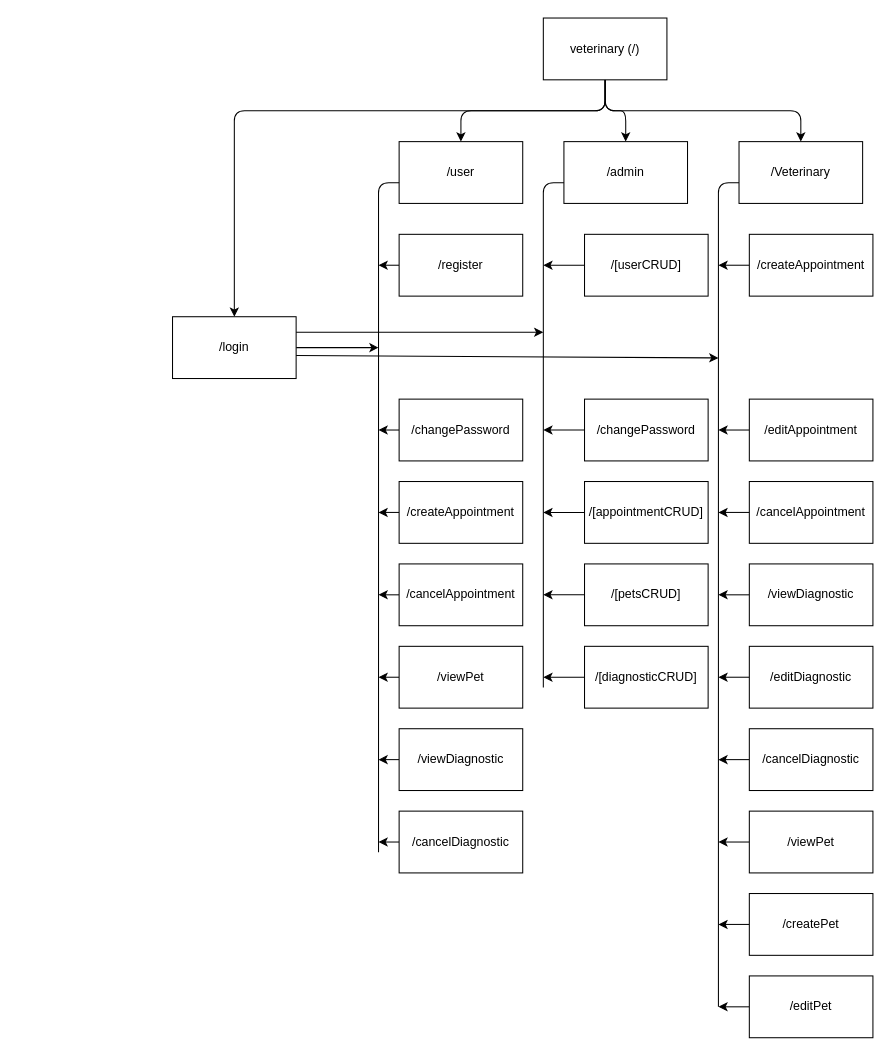
Earlier version of the draw.io diagram diagrams/NAV.drawio (fernandoach/API-VETERINARY). Source tidied: cells renumbered, new cells numbered last; positions are measured from the earlier drawing's top-left corner, leaving out a move shared by most shapes. Both pictures are drawn from the tidied source at 103%, with x=0, y=0 at pixel (172, 18).
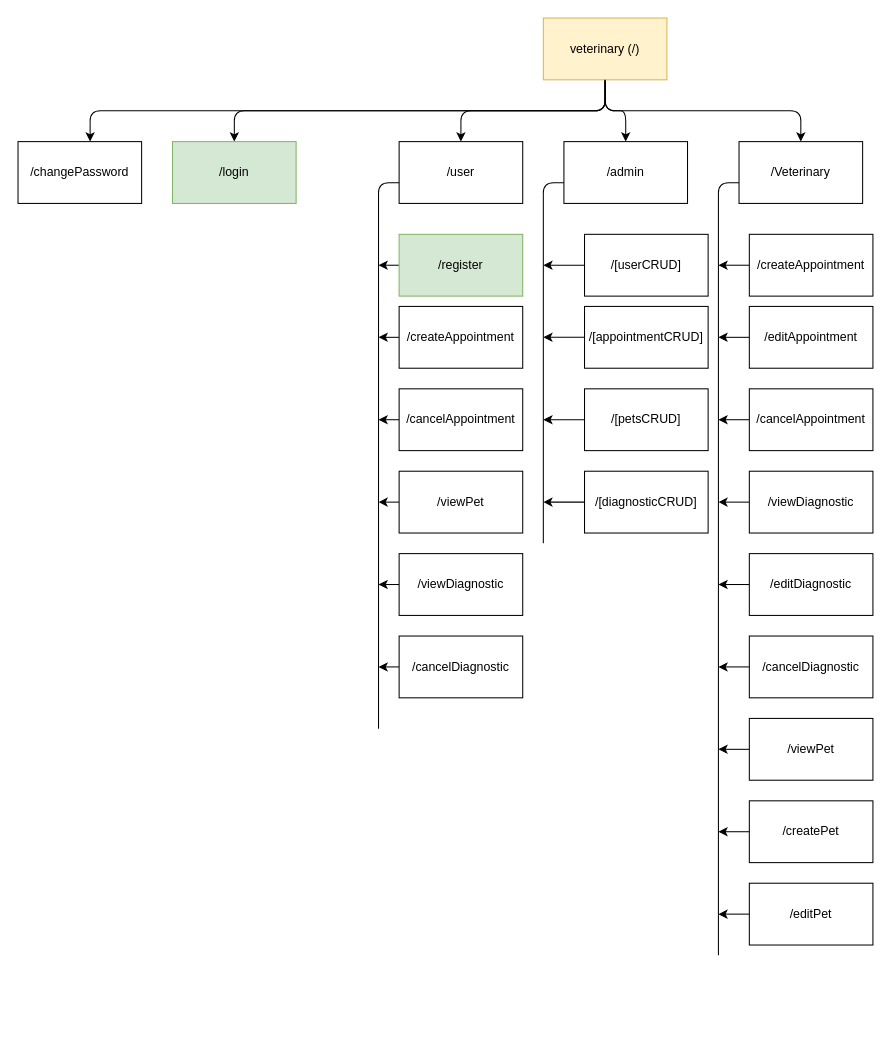
After the change.

Change to the diagram source:
```diff
@@
-    <mxCell id="6" value="veterinary (/)" style="rounded=0;whiteSpace=wrap;html=1;" parent="1" vertex="1">
+    <mxCell id="6" value="veterinary (/)" style="rounded=0;whiteSpace=wrap;html=1;fillColor=#fff2cc;strokeColor=#d6b656;" parent="1" vertex="1">
       <mxGeometry x="360" width="120" height="60" as="geometry" />
     </mxCell>
@@
-    <mxCell id="11" value="/register" style="rounded=0;whiteSpace=wrap;html=1;" parent="1" vertex="1">
+    <mxCell id="11" value="/register" style="rounded=0;whiteSpace=wrap;html=1;fillColor=#d5e8d4;strokeColor=#82b366;" parent="1" vertex="1">
       <mxGeometry x="220" y="210" width="120" height="60" as="geometry" />
     </mxCell>
-    <mxCell id="12" style="edgeStyle=none;html=1;" parent="1" edge="1" source="13">
-      <mxGeometry relative="1" as="geometry">
-        <mxPoint x="200" y="400" as="targetPoint" />
-      </mxGeometry>
-    </mxCell>
-    <mxCell id="13" value="/changePassword" style="rounded=0;whiteSpace=wrap;html=1;" parent="1" vertex="1">
-      <mxGeometry x="220" y="370" width="120" height="60" as="geometry" />
-    </mxCell>
     <mxCell id="14" style="edgeStyle=none;html=1;" parent="1" edge="1" source="15">
       <mxGeometry relative="1" as="geometry">
-        <mxPoint x="200" y="480" as="targetPoint" />
+        <mxPoint x="200" y="310" as="targetPoint" />
       </mxGeometry>
     </mxCell>
     <mxCell id="15" value="/createAppointment" style="rounded=0;whiteSpace=wrap;html=1;" parent="1" vertex="1">
-      <mxGeometry x="220" y="450" width="120" height="60" as="geometry" />
+      <mxGeometry x="220" y="280" width="120" height="60" as="geometry" />
     </mxCell>
     <mxCell id="16" style="edgeStyle=none;html=1;" parent="1" edge="1" source="17">
       <mxGeometry relative="1" as="geometry">
-        <mxPoint x="200" y="720" as="targetPoint" />
+        <mxPoint x="200" y="550" as="targetPoint" />
       </mxGeometry>
     </mxCell>
     <mxCell id="17" value="/viewDiagnostic" style="rounded=0;whiteSpace=wrap;html=1;" parent="1" vertex="1">
-      <mxGeometry x="220" y="690" width="120" height="60" as="geometry" />
+      <mxGeometry x="220" y="520" width="120" height="60" as="geometry" />
     </mxCell>
@@
-    <mxCell id="20" style="edgeStyle=none;html=1;" parent="1" edge="1" source="23">
-      <mxGeometry relative="1" as="geometry">
-        <mxPoint x="200" y="320" as="targetPoint" />
-      </mxGeometry>
-    </mxCell>
-    <mxCell id="21" style="edgeStyle=none;html=1;exitX=0;exitY=0.25;exitDx=0;exitDy=0;" parent="1" edge="1" source="23">
-      <mxGeometry relative="1" as="geometry">
-        <mxPoint x="360" y="305" as="targetPoint" />
-      </mxGeometry>
-    </mxCell>
-    <mxCell id="22" style="edgeStyle=none;html=1;exitX=0.997;exitY=0.626;exitDx=0;exitDy=0;exitPerimeter=0;" parent="1" edge="1" source="23">
-      <mxGeometry relative="1" as="geometry">
-        <mxPoint x="530" y="330" as="targetPoint" />
-      </mxGeometry>
-    </mxCell>
-    <mxCell id="23" value="/login" style="rounded=0;whiteSpace=wrap;html=1;" parent="1" vertex="1">
-      <mxGeometry y="290" width="120" height="60" as="geometry" />
+    <mxCell id="23" value="/login" style="rounded=0;whiteSpace=wrap;html=1;fillColor=#d5e8d4;strokeColor=#82b366;" parent="1" vertex="1">
+      <mxGeometry y="120" width="120" height="60" as="geometry" />
     </mxCell>
-    <mxCell id="24" style="edgeStyle=none;html=1;" parent="1" edge="1" source="25">
-      <mxGeometry relative="1" as="geometry">
-        <mxPoint x="360" y="400" as="targetPoint" />
-      </mxGeometry>
-    </mxCell>
     <mxCell id="25" value="/changePassword" style="rounded=0;whiteSpace=wrap;html=1;" parent="1" vertex="1">
-      <mxGeometry x="400" y="370" width="120" height="60" as="geometry" />
+      <mxGeometry x="-150" y="120" width="120" height="60" as="geometry" />
     </mxCell>
     <mxCell id="26" style="edgeStyle=none;html=1;" parent="1" edge="1" source="27">
       <mxGeometry relative="1" as="geometry">
-        <mxPoint x="360" y="480" as="targetPoint" />
+        <mxPoint x="360" y="310" as="targetPoint" />
       </mxGeometry>
     </mxCell>
     <mxCell id="27" value="/[appointmentCRUD]" style="rounded=0;whiteSpace=wrap;html=1;" parent="1" vertex="1">
-      <mxGeometry x="400" y="450" width="120" height="60" as="geometry" />
+      <mxGeometry x="400" y="280" width="120" height="60" as="geometry" />
     </mxCell>
     <mxCell id="28" style="edgeStyle=none;html=1;" parent="1" edge="1" source="29">
       <mxGeometry relative="1" as="geometry">
-        <mxPoint x="360" y="560" as="targetPoint" />
+        <mxPoint x="360" y="390" as="targetPoint" />
       </mxGeometry>
     </mxCell>
     <mxCell id="29" value="/[petsCRUD]" style="rounded=0;whiteSpace=wrap;html=1;" parent="1" vertex="1">
-      <mxGeometry x="400" y="530" width="120" height="60" as="geometry" />
+      <mxGeometry x="400" y="360" width="120" height="60" as="geometry" />
     </mxCell>
     <mxCell id="30" style="edgeStyle=none;html=1;" parent="1" edge="1" source="31">
       <mxGeometry relative="1" as="geometry">
-        <mxPoint x="360" y="640" as="targetPoint" />
+        <mxPoint x="360" y="470" as="targetPoint" />
       </mxGeometry>
     </mxCell>
     <mxCell id="31" value="/[diagnosticCRUD]" style="rounded=0;whiteSpace=wrap;html=1;" parent="1" vertex="1">
-      <mxGeometry x="400" y="610" width="120" height="60" as="geometry" />
+      <mxGeometry x="400" y="440" width="120" height="60" as="geometry" />
     </mxCell>
@@
     <mxCell id="34" style="edgeStyle=none;html=1;" parent="1" edge="1" source="35">
       <mxGeometry relative="1" as="geometry">
-        <mxPoint x="530" y="560" as="targetPoint" />
+        <mxPoint x="530" y="470" as="targetPoint" />
       </mxGeometry>
     </mxCell>
     <mxCell id="35" value="/viewDiagnostic" style="rounded=0;whiteSpace=wrap;html=1;" parent="1" vertex="1">
-      <mxGeometry x="560" y="530" width="120" height="60" as="geometry" />
+      <mxGeometry x="560" y="440" width="120" height="60" as="geometry" />
     </mxCell>
     <mxCell id="36" style="edgeStyle=none;html=1;" parent="1" edge="1" source="37">
       <mxGeometry relative="1" as="geometry">
-        <mxPoint x="530" y="640" as="targetPoint" />
+        <mxPoint x="530" y="550" as="targetPoint" />
       </mxGeometry>
     </mxCell>
     <mxCell id="37" value="/editDiagnostic" style="rounded=0;whiteSpace=wrap;html=1;" parent="1" vertex="1">
-      <mxGeometry x="560" y="610" width="120" height="60" as="geometry" />
+      <mxGeometry x="560" y="520" width="120" height="60" as="geometry" />
     </mxCell>
     <mxCell id="38" style="edgeStyle=none;html=1;" parent="1" edge="1" source="39">
       <mxGeometry relative="1" as="geometry">
-        <mxPoint x="530" y="720" as="targetPoint" />
+        <mxPoint x="530" y="630" as="targetPoint" />
       </mxGeometry>
     </mxCell>
     <mxCell id="39" value="/cancelDiagnostic" style="rounded=0;whiteSpace=wrap;html=1;" parent="1" vertex="1">
-      <mxGeometry x="560" y="690" width="120" height="60" as="geometry" />
+      <mxGeometry x="560" y="600" width="120" height="60" as="geometry" />
     </mxCell>
     <mxCell id="40" style="edgeStyle=none;html=1;" parent="1" edge="1" source="41">
       <mxGeometry relative="1" as="geometry">
-        <mxPoint x="200" y="800" as="targetPoint" />
+        <mxPoint x="200" y="630" as="targetPoint" />
       </mxGeometry>
     </mxCell>
     <mxCell id="41" value="/cancelDiagnostic" style="rounded=0;whiteSpace=wrap;html=1;" parent="1" vertex="1">
-      <mxGeometry x="220" y="770" width="120" height="60" as="geometry" />
+      <mxGeometry x="220" y="600" width="120" height="60" as="geometry" />
     </mxCell>
     <mxCell id="42" style="edgeStyle=none;html=1;" parent="1" edge="1" source="43">
       <mxGeometry relative="1" as="geometry">
-        <mxPoint x="530" y="800" as="targetPoint" />
+        <mxPoint x="530" y="710" as="targetPoint" />
       </mxGeometry>
     </mxCell>
     <mxCell id="43" value="/viewPet" style="rounded=0;whiteSpace=wrap;html=1;" parent="1" vertex="1">
-      <mxGeometry x="560" y="770" width="120" height="60" as="geometry" />
+      <mxGeometry x="560" y="680" width="120" height="60" as="geometry" />
     </mxCell>
     <mxCell id="44" style="edgeStyle=none;html=1;" parent="1" edge="1" source="45">
       <mxGeometry relative="1" as="geometry">
-        <mxPoint x="200" y="640" as="targetPoint" />
+        <mxPoint x="200" y="470" as="targetPoint" />
       </mxGeometry>
     </mxCell>
     <mxCell id="45" value="/viewPet" style="rounded=0;whiteSpace=wrap;html=1;" parent="1" vertex="1">
-      <mxGeometry x="220" y="610" width="120" height="60" as="geometry" />
+      <mxGeometry x="220" y="440" width="120" height="60" as="geometry" />
     </mxCell>
     <mxCell id="46" style="edgeStyle=none;html=1;" parent="1" edge="1" source="47">
       <mxGeometry relative="1" as="geometry">
-        <mxPoint x="530" y="400" as="targetPoint" />
+        <mxPoint x="530" y="310" as="targetPoint" />
       </mxGeometry>
     </mxCell>
     <mxCell id="47" value="/editAppointment" style="rounded=0;whiteSpace=wrap;html=1;" parent="1" vertex="1">
-      <mxGeometry x="560" y="370" width="120" height="60" as="geometry" />
+      <mxGeometry x="560" y="280" width="120" height="60" as="geometry" />
     </mxCell>
     <mxCell id="48" style="edgeStyle=none;html=1;" parent="1" edge="1" source="49">
       <mxGeometry relative="1" as="geometry">
-        <mxPoint x="530" y="480" as="targetPoint" />
+        <mxPoint x="530" y="390" as="targetPoint" />
       </mxGeometry>
     </mxCell>
     <mxCell id="49" value="/cancelAppointment" style="rounded=0;whiteSpace=wrap;html=1;" parent="1" vertex="1">
-      <mxGeometry x="560" y="450" width="120" height="60" as="geometry" />
+      <mxGeometry x="560" y="360" width="120" height="60" as="geometry" />
     </mxCell>
     <mxCell id="50" style="edgeStyle=none;html=1;" parent="1" edge="1" source="51">
       <mxGeometry relative="1" as="geometry">
-        <mxPoint x="530" y="880" as="targetPoint" />
+        <mxPoint x="530" y="790" as="targetPoint" />
       </mxGeometry>
     </mxCell>
     <mxCell id="51" value="/createPet" style="rounded=0;whiteSpace=wrap;html=1;" parent="1" vertex="1">
-      <mxGeometry x="560" y="850" width="120" height="60" as="geometry" />
+      <mxGeometry x="560" y="760" width="120" height="60" as="geometry" />
     </mxCell>
     <mxCell id="52" style="edgeStyle=none;html=1;" parent="1" edge="1" source="53">
       <mxGeometry relative="1" as="geometry">
-        <mxPoint x="530" y="960" as="targetPoint" />
+        <mxPoint x="530" y="870" as="targetPoint" />
       </mxGeometry>
     </mxCell>
     <mxCell id="53" value="/editPet" style="rounded=0;whiteSpace=wrap;html=1;" parent="1" vertex="1">
-      <mxGeometry x="560" y="930" width="120" height="60" as="geometry" />
+      <mxGeometry x="560" y="840" width="120" height="60" as="geometry" />
     </mxCell>
     <mxCell id="54" style="edgeStyle=none;html=1;" parent="1" edge="1" source="55">
       <mxGeometry relative="1" as="geometry">
-        <mxPoint x="200" y="560" as="targetPoint" />
+        <mxPoint x="200" y="390" as="targetPoint" />
       </mxGeometry>
     </mxCell>
     <mxCell id="55" value="/cancelAppointment" style="rounded=0;whiteSpace=wrap;html=1;" parent="1" vertex="1">
-      <mxGeometry x="220" y="530" width="120" height="60" as="geometry" />
+      <mxGeometry x="220" y="360" width="120" height="60" as="geometry" />
     </mxCell>
     <mxCell id="56" style="endArrow=none;html=1;" parent="1" edge="1">
       <mxGeometry relative="1" as="geometry">
-        <mxPoint x="200" y="810" as="sourcePoint" />
+        <mxPoint x="200" y="690" as="sourcePoint" />
         <mxPoint x="220" y="160" as="targetPoint" />
         <Array as="points">
           <mxPoint x="200" y="160" />
         </Array>
       </mxGeometry>
     </mxCell>
     <mxCell id="57" style="endArrow=none;html=1;" parent="1" edge="1">
       <mxGeometry relative="1" as="geometry">
-        <mxPoint x="360" y="650" as="sourcePoint" />
+        <mxPoint x="360" y="510" as="sourcePoint" />
         <mxPoint x="380" y="160" as="targetPoint" />
         <Array as="points">
           <mxPoint x="360" y="160" />
         </Array>
       </mxGeometry>
     </mxCell>
     <mxCell id="58" style="endArrow=none;html=1;" parent="1" edge="1">
       <mxGeometry relative="1" as="geometry">
-        <mxPoint x="530" y="960" as="sourcePoint" />
+        <mxPoint x="530" y="910" as="sourcePoint" />
         <mxPoint x="550" y="160" as="targetPoint" />
         <Array as="points">
           <mxPoint x="530" y="160" />
         </Array>
       </mxGeometry>
     </mxCell>
+    <mxCell id="59" style="edgeStyle=none;html=1;entryX=0.5;entryY=0;entryDx=0;entryDy=0;exitX=0.5;exitY=1;exitDx=0;exitDy=0;" parent="1" edge="1" source="6">
+      <mxGeometry relative="1" as="geometry">
+        <mxPoint x="-80" y="120" as="targetPoint" />
+        <Array as="points">
+          <mxPoint x="420" y="90" />
+          <mxPoint x="-80" y="90" />
+        </Array>
+      </mxGeometry>
+    </mxCell>
```
